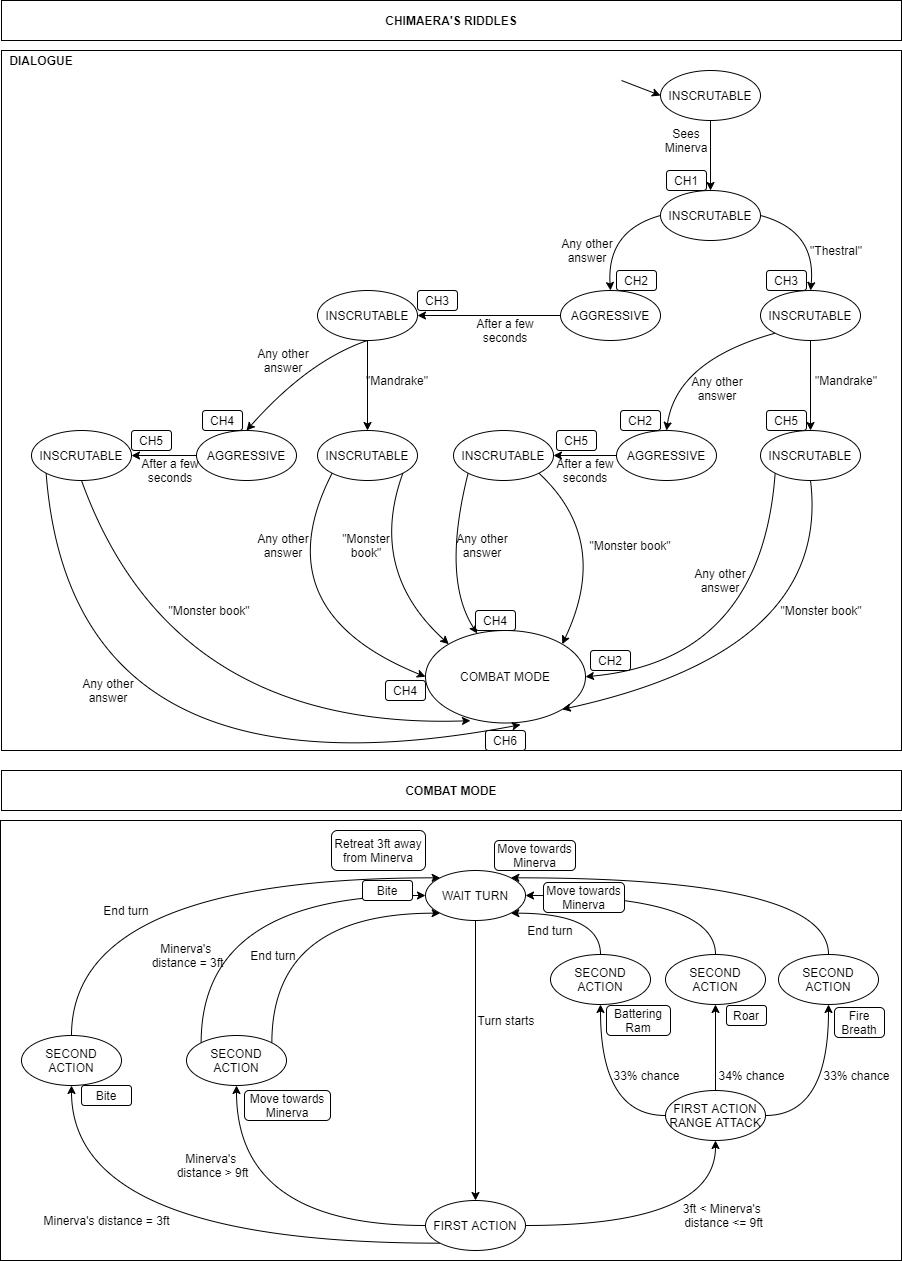
Above: Images/LDD/Raw/Medium/IMG_BHV_Chimaera.png in Ode97/Progetto-GDP-2020-2021 (draw.io), before the change. Source tidied: cells renumbered, new cells last; positions are measured from the earlier drawing's top-left corner, leaving out a move shared by most shapes.
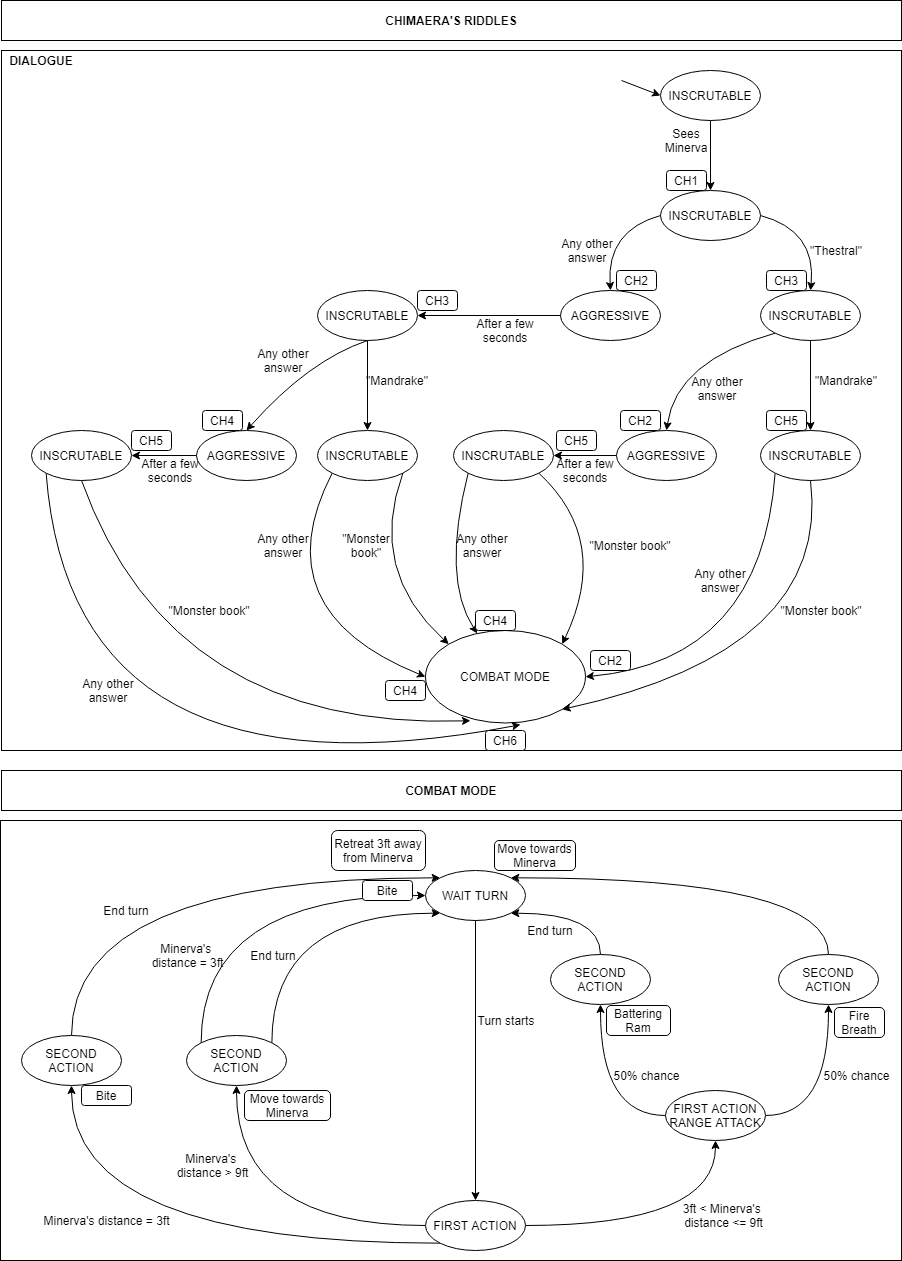
Above is the later version.

Change to the diagram source:
```diff
@@ -165,9 +165,6 @@
     <mxCell id="46" value="Bite" style="rounded=1;whiteSpace=wrap;html=1;" parent="1" vertex="1">
       <mxGeometry x="81" y="1085" width="50" height="20" as="geometry" />
     </mxCell>
-    <mxCell id="47" value="Roar" style="rounded=1;whiteSpace=wrap;html=1;" parent="1" vertex="1">
-      <mxGeometry x="726" y="1005" width="40" height="20" as="geometry" />
-    </mxCell>
     <mxCell id="48" value="INSCRUTABLE" style="ellipse;whiteSpace=wrap;html=1;" parent="1" vertex="1">
       <mxGeometry x="317" y="290" width="100" height="50" as="geometry" />
     </mxCell>
@@ -309,16 +306,6 @@
     <mxCell id="84" value="Fire Breath" style="rounded=1;whiteSpace=wrap;html=1;" parent="1" vertex="1">
       <mxGeometry x="834" y="1007" width="50" height="30" as="geometry" />
     </mxCell>
-    <mxCell id="85" style="edgeStyle=orthogonalEdgeStyle;curved=1;jettySize=auto;html=1;entryX=1;entryY=0.5;entryDx=0;entryDy=0;exitX=0.5;exitY=0;exitDx=0;exitDy=0;" parent="1" edge="1" source="86" target="34">
-      <mxGeometry relative="1" as="geometry">
-        <Array as="points">
-          <mxPoint x="715" y="895" />
-        </Array>
-      </mxGeometry>
-    </mxCell>
-    <mxCell id="86" value="SECOND ACTION" style="ellipse;whiteSpace=wrap;html=1;" parent="1" vertex="1">
-      <mxGeometry x="665" y="954" width="100" height="50" as="geometry" />
-    </mxCell>
     <mxCell id="87" style="edgeStyle=orthogonalEdgeStyle;curved=1;jettySize=auto;html=1;entryX=0;entryY=0;entryDx=0;entryDy=0;" parent="1" edge="1" source="88" target="34">
       <mxGeometry relative="1" as="geometry">
         <Array as="points">
@@ -370,7 +357,7 @@
     <mxCell id="99" value="Minerva's &lt;br&gt;distance &amp;gt; 9ft" style="text;html=1;align=center;verticalAlign=middle;" parent="1" vertex="1">
       <mxGeometry x="167" y="1150" width="90" height="30" as="geometry" />
     </mxCell>
-    <mxCell id="100" value="33% chance" style="text;html=1;align=center;verticalAlign=middle;" parent="1" vertex="1">
+    <mxCell id="100" value="50% chance" style="text;html=1;align=center;verticalAlign=middle;" parent="1" vertex="1">
       <mxGeometry x="816" y="1065" width="80" height="20" as="geometry" />
     </mxCell>
     <mxCell id="101" value="Move towards Minerva" style="rounded=1;whiteSpace=wrap;html=1;" parent="1" vertex="1">
@@ -379,29 +366,20 @@
     <mxCell id="102" style="edgeStyle=orthogonalEdgeStyle;curved=1;jettySize=auto;html=1;" parent="1" edge="1" source="105" target="44">
       <mxGeometry relative="1" as="geometry" />
     </mxCell>
-    <mxCell id="103" style="edgeStyle=orthogonalEdgeStyle;curved=1;jettySize=auto;html=1;" parent="1" edge="1" source="105" target="86">
-      <mxGeometry relative="1" as="geometry" />
-    </mxCell>
     <mxCell id="104" style="edgeStyle=orthogonalEdgeStyle;curved=1;jettySize=auto;html=1;" parent="1" edge="1" source="105" target="36">
       <mxGeometry relative="1" as="geometry" />
     </mxCell>
     <mxCell id="105" value="FIRST ACTION RANGE ATTACK" style="ellipse;whiteSpace=wrap;html=1;" parent="1" vertex="1">
       <mxGeometry x="665" y="1090" width="100" height="50" as="geometry" />
     </mxCell>
-    <mxCell id="106" value="33% chance" style="text;html=1;align=center;verticalAlign=middle;" parent="1" vertex="1">
+    <mxCell id="106" value="50% chance" style="text;html=1;align=center;verticalAlign=middle;" parent="1" vertex="1">
       <mxGeometry x="606" y="1065" width="80" height="20" as="geometry" />
     </mxCell>
-    <mxCell id="107" value="34% chance" style="text;html=1;align=center;verticalAlign=middle;" parent="1" vertex="1">
-      <mxGeometry x="711" y="1065" width="80" height="20" as="geometry" />
-    </mxCell>
     <mxCell id="108" value="3ft &amp;lt; Minerva's &lt;br&gt;distance &amp;lt;= 9ft" style="text;html=1;align=center;verticalAlign=middle;" parent="1" vertex="1">
       <mxGeometry x="678" y="1200" width="90" height="30" as="geometry" />
     </mxCell>
     <mxCell id="109" value="End turn" style="text;html=1;strokeColor=none;fillColor=none;align=center;verticalAlign=middle;whiteSpace=wrap;rounded=0;" parent="1" vertex="1">
       <mxGeometry x="515" y="920" width="70" height="20" as="geometry" />
     </mxCell>
-    <mxCell id="110" value="Move towards Minerva" style="rounded=1;whiteSpace=wrap;html=1;" parent="1" vertex="1">
-      <mxGeometry x="543" y="882" width="81" height="30" as="geometry" />
-    </mxCell>
   </root>
 </mxGraphModel>
```
